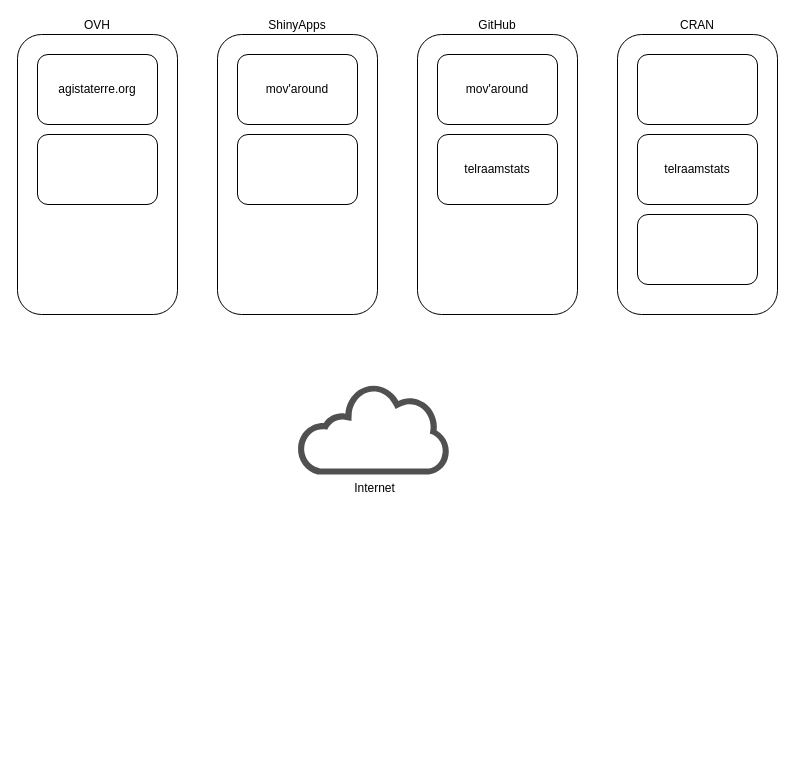
The draw.io diagram Diagramme sans nom.drawio in timlegrand/attarchi, before the edit. Source tidied: cells renumbered, new cells numbered last; positions are measured from the earlier drawing's top-left corner, leaving out a move shared by most shapes. Both pictures are drawn from the tidied source at 100%, with x=0, y=0 at pixel (17, 34).
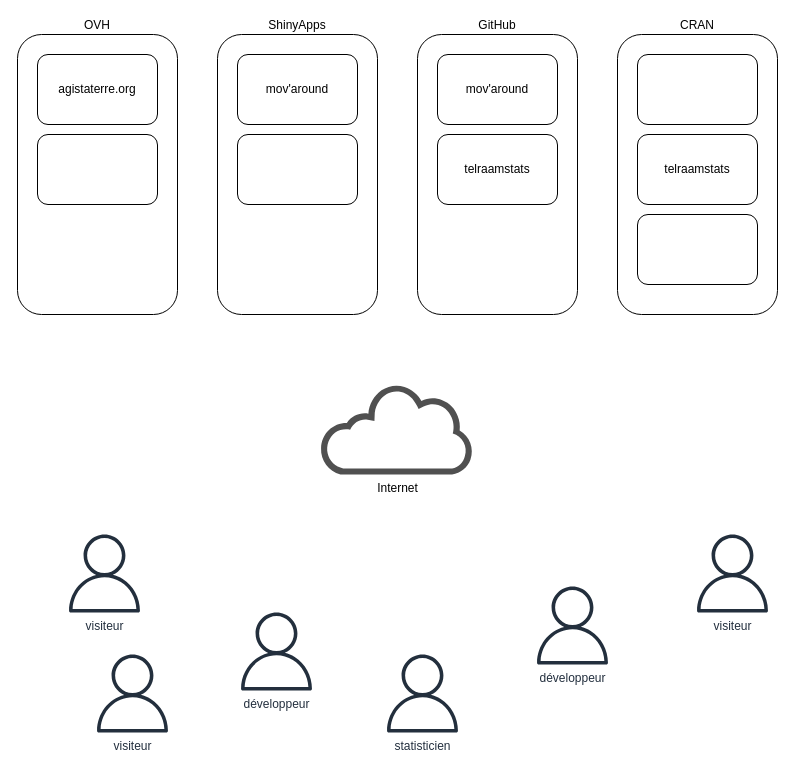
Above is the later version.

Commit message (it also covers changes not shown here):
Mettre à jour Diagramme sans nom.drawio

What changed in the source:
```diff
@@
     <mxCell id="3" value="Internet" style="sketch=0;shadow=0;dashed=0;html=1;strokeColor=none;fillColor=#505050;labelPosition=center;verticalLabelPosition=bottom;verticalAlign=top;align=center;shape=mxgraph.office.clouds.cloud;" parent="1" vertex="1">
-      <mxGeometry x="280" y="350" width="153.8" height="90" as="geometry" />
+      <mxGeometry x="303" y="350" width="153.8" height="90" as="geometry" />
     </mxCell>
@@
+    <mxCell id="16" value="visiteur" style="sketch=0;fontColor=#232F3E;gradientColor=none;fillColor=#232F3D;strokeColor=none;dashed=0;verticalLabelPosition=bottom;verticalAlign=top;align=center;html=1;fontSize=12;fontStyle=0;shape=mxgraph.aws4.user;" parent="1" vertex="1">
+      <mxGeometry x="48" y="500" width="78" height="78" as="geometry" />
+    </mxCell>
+    <mxCell id="17" value="développeur" style="sketch=0;fontColor=#232F3E;gradientColor=none;fillColor=#232F3D;strokeColor=none;dashed=0;verticalLabelPosition=bottom;verticalAlign=top;align=center;html=1;fontSize=12;fontStyle=0;shape=mxgraph.aws4.user;" parent="1" vertex="1">
+      <mxGeometry x="220" y="578" width="78" height="78" as="geometry" />
+    </mxCell>
+    <mxCell id="18" value="visiteur" style="sketch=0;fontColor=#232F3E;gradientColor=none;fillColor=#232F3D;strokeColor=none;dashed=0;verticalLabelPosition=bottom;verticalAlign=top;align=center;html=1;fontSize=12;fontStyle=0;shape=mxgraph.aws4.user;" parent="1" vertex="1">
+      <mxGeometry x="76" y="620" width="78" height="78" as="geometry" />
+    </mxCell>
+    <mxCell id="19" value="statisticien" style="sketch=0;fontColor=#232F3E;gradientColor=none;fillColor=#232F3D;strokeColor=none;dashed=0;verticalLabelPosition=bottom;verticalAlign=top;align=center;html=1;fontSize=12;fontStyle=0;shape=mxgraph.aws4.user;" parent="1" vertex="1">
+      <mxGeometry x="366" y="620" width="78" height="78" as="geometry" />
+    </mxCell>
+    <mxCell id="20" value="développeur" style="sketch=0;fontColor=#232F3E;gradientColor=none;fillColor=#232F3D;strokeColor=none;dashed=0;verticalLabelPosition=bottom;verticalAlign=top;align=center;html=1;fontSize=12;fontStyle=0;shape=mxgraph.aws4.user;" parent="1" vertex="1">
+      <mxGeometry x="516" y="552" width="78" height="78" as="geometry" />
+    </mxCell>
+    <mxCell id="21" value="visiteur" style="sketch=0;fontColor=#232F3E;gradientColor=none;fillColor=#232F3D;strokeColor=none;dashed=0;verticalLabelPosition=bottom;verticalAlign=top;align=center;html=1;fontSize=12;fontStyle=0;shape=mxgraph.aws4.user;" parent="1" vertex="1">
+      <mxGeometry x="676" y="500" width="78" height="78" as="geometry" />
+    </mxCell>
```
